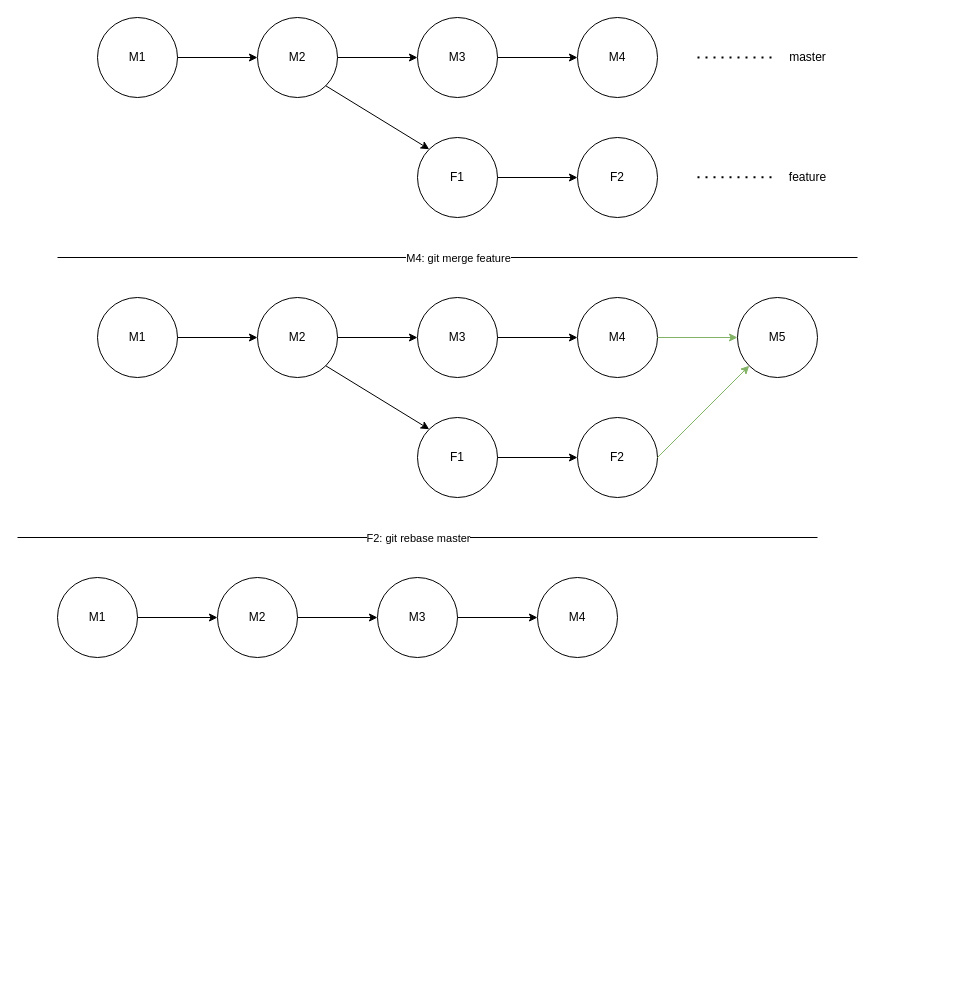
Earlier version of the draw.io diagram Computer Science/Academic/Git/AGT_01/pic/04_rebase.drawio (SwordofMorning/BlogDoc). Source tidied: cells renumbered, new cells numbered last; positions are measured from the earlier drawing's top-left corner, leaving out a move shared by most shapes. Both pictures are drawn from the tidied source at 100%, with x=0, y=0 at pixel (17, 17).
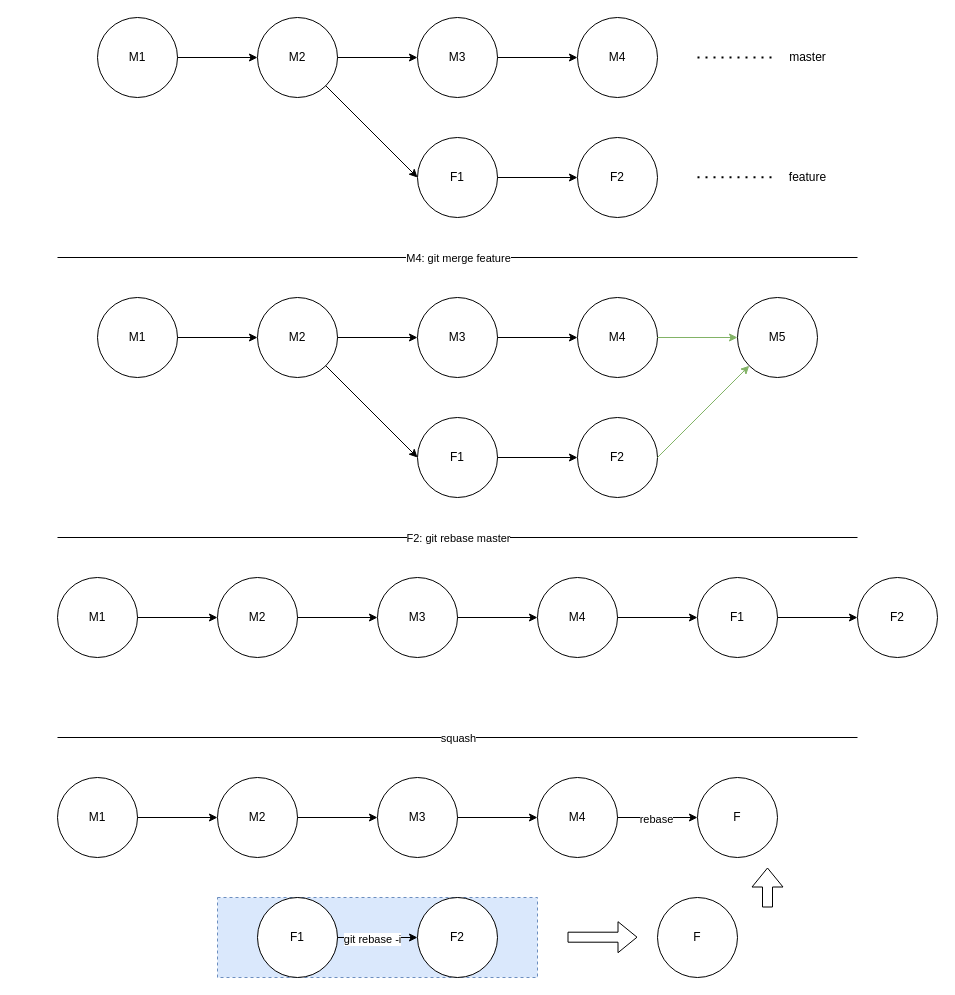
The same diagram, later.

Unchanged cells that the change refers to:
```xml
<mxCell id="3" value="M2" style="ellipse;whiteSpace=wrap;html=1;" parent="1" vertex="1">
  <mxGeometry x="240" width="80" height="80" as="geometry" />
</mxCell>
<mxCell id="6" value="F1" style="ellipse;whiteSpace=wrap;html=1;" parent="1" vertex="1">
  <mxGeometry x="400" y="120" width="80" height="80" as="geometry" />
</mxCell>
<mxCell id="20" value="M2" style="ellipse;whiteSpace=wrap;html=1;" parent="1" vertex="1">
  <mxGeometry x="240" y="280" width="80" height="80" as="geometry" />
</mxCell>
<mxCell id="23" value="F1" style="ellipse;whiteSpace=wrap;html=1;" parent="1" vertex="1">
  <mxGeometry x="400" y="400" width="80" height="80" as="geometry" />
</mxCell>
<mxCell id="38" value="M4" style="ellipse;whiteSpace=wrap;html=1;" parent="1" vertex="1">
  <mxGeometry x="520" y="560" width="80" height="80" as="geometry" />
</mxCell>
```

Change to the diagram source:
```diff
@@
+    <mxCell id="42" style="rounded=0;whiteSpace=wrap;html=1;dashed=1;fillColor=#dae8fc;strokeColor=#6c8ebf;" parent="1" vertex="1">
+      <mxGeometry x="200" y="880" width="320" height="80" as="geometry" />
+    </mxCell>
@@
-    <mxCell id="10" style="endArrow=classic;html=1;rounded=0;entryX=0;entryY=0;entryDx=0;entryDy=0;exitX=1;exitY=1;exitDx=0;exitDy=0;" parent="1" edge="1" source="3" target="6">
+    <mxCell id="10" style="endArrow=classic;html=1;rounded=0;entryX=0;entryY=0.5;entryDx=0;entryDy=0;exitX=1;exitY=1;exitDx=0;exitDy=0;" parent="1" edge="1" source="3" target="6">
       <mxGeometry relative="1" as="geometry" />
     </mxCell>
@@
-    <mxCell id="27" style="endArrow=classic;html=1;rounded=0;entryX=0;entryY=0;entryDx=0;entryDy=0;exitX=1;exitY=1;exitDx=0;exitDy=0;" parent="1" edge="1" source="20" target="23">
+    <mxCell id="27" style="endArrow=classic;html=1;rounded=0;entryX=0;entryY=0.5;entryDx=0;entryDy=0;exitX=1;exitY=1;exitDx=0;exitDy=0;" parent="1" edge="1" source="20" target="23">
       <mxGeometry relative="1" as="geometry" />
     </mxCell>
@@
     <mxCell id="33" style="endArrow=none;html=1;rounded=0;" parent="1" edge="1">
       <mxGeometry relative="1" as="geometry">
-        <mxPoint y="520" as="sourcePoint" />
-        <mxPoint x="800" y="520" as="targetPoint" />
+        <mxPoint x="40" y="520" as="sourcePoint" />
+        <mxPoint x="840" y="520" as="targetPoint" />
       </mxGeometry>
     </mxCell>
@@
+    <mxCell id="43" value="F1" style="ellipse;whiteSpace=wrap;html=1;" parent="1" vertex="1">
+      <mxGeometry x="680" y="560" width="80" height="80" as="geometry" />
+    </mxCell>
+    <mxCell id="44" value="F2" style="ellipse;whiteSpace=wrap;html=1;" parent="1" vertex="1">
+      <mxGeometry x="840" y="560" width="80" height="80" as="geometry" />
+    </mxCell>
+    <mxCell id="45" style="endArrow=classic;html=1;rounded=0;exitX=1;exitY=0.5;exitDx=0;exitDy=0;entryX=0;entryY=0.5;entryDx=0;entryDy=0;" parent="1" edge="1" source="43" target="44">
+      <mxGeometry relative="1" as="geometry" />
+    </mxCell>
+    <mxCell id="46" style="endArrow=classic;html=1;rounded=0;entryX=0;entryY=0.5;entryDx=0;entryDy=0;exitX=1;exitY=0.5;exitDx=0;exitDy=0;" parent="1" edge="1" source="38" target="43">
+      <mxGeometry relative="1" as="geometry" />
+    </mxCell>
+    <mxCell id="47" style="endArrow=none;html=1;rounded=0;" parent="1" edge="1">
+      <mxGeometry relative="1" as="geometry">
+        <mxPoint x="40" y="720" as="sourcePoint" />
+        <mxPoint x="840" y="720" as="targetPoint" />
+      </mxGeometry>
+    </mxCell>
+    <mxCell id="48" value="squash" style="edgeLabel;html=1;align=center;verticalAlign=middle;" parent="47" vertex="1">
+      <mxGeometry relative="1" as="geometry" />
+    </mxCell>
+    <mxCell id="49" value="M1" style="ellipse;whiteSpace=wrap;html=1;" parent="1" vertex="1">
+      <mxGeometry x="40" y="760" width="80" height="80" as="geometry" />
+    </mxCell>
+    <mxCell id="50" value="M2" style="ellipse;whiteSpace=wrap;html=1;" parent="1" vertex="1">
+      <mxGeometry x="200" y="760" width="80" height="80" as="geometry" />
+    </mxCell>
+    <mxCell id="51" value="M3" style="ellipse;whiteSpace=wrap;html=1;" parent="1" vertex="1">
+      <mxGeometry x="360" y="760" width="80" height="80" as="geometry" />
+    </mxCell>
+    <mxCell id="52" value="M4" style="ellipse;whiteSpace=wrap;html=1;" parent="1" vertex="1">
+      <mxGeometry x="520" y="760" width="80" height="80" as="geometry" />
+    </mxCell>
+    <mxCell id="53" value="F1" style="ellipse;whiteSpace=wrap;html=1;" parent="1" vertex="1">
+      <mxGeometry x="240" y="880" width="80" height="80" as="geometry" />
+    </mxCell>
+    <mxCell id="54" value="F2" style="ellipse;whiteSpace=wrap;html=1;" parent="1" vertex="1">
+      <mxGeometry x="400" y="880" width="80" height="80" as="geometry" />
+    </mxCell>
+    <mxCell id="55" style="endArrow=classic;html=1;rounded=0;exitX=1;exitY=0.5;exitDx=0;exitDy=0;entryX=0;entryY=0.5;entryDx=0;entryDy=0;" parent="1" edge="1" source="49" target="50">
+      <mxGeometry relative="1" as="geometry" />
+    </mxCell>
+    <mxCell id="56" style="endArrow=classic;html=1;rounded=0;exitX=1;exitY=0.5;exitDx=0;exitDy=0;entryX=0;entryY=0.5;entryDx=0;entryDy=0;" parent="1" edge="1" source="50" target="51">
+      <mxGeometry relative="1" as="geometry" />
+    </mxCell>
+    <mxCell id="57" style="endArrow=classic;html=1;rounded=0;entryX=0;entryY=0.5;entryDx=0;entryDy=0;exitX=1;exitY=0.5;exitDx=0;exitDy=0;" parent="1" edge="1" source="51" target="52">
+      <mxGeometry relative="1" as="geometry" />
+    </mxCell>
+    <mxCell id="58" style="endArrow=classic;html=1;rounded=0;exitX=1;exitY=0.5;exitDx=0;exitDy=0;entryX=0;entryY=0.5;entryDx=0;entryDy=0;" parent="1" edge="1" source="53" target="54">
+      <mxGeometry relative="1" as="geometry" />
+    </mxCell>
+    <mxCell id="59" value="git rebase -i" style="edgeLabel;html=1;align=center;verticalAlign=middle;" parent="58" vertex="1">
+      <mxGeometry x="-0.16" y="-1" relative="1" as="geometry" />
+    </mxCell>
+    <mxCell id="60" style="shape=flexArrow;endArrow=classic;html=1;rounded=0;" parent="1" edge="1">
+      <mxGeometry relative="1" as="geometry">
+        <mxPoint x="550" y="919.7" as="sourcePoint" />
+        <mxPoint x="620" y="919.7" as="targetPoint" />
+      </mxGeometry>
+    </mxCell>
+    <mxCell id="61" value="F" style="ellipse;whiteSpace=wrap;html=1;" parent="1" vertex="1">
+      <mxGeometry x="640" y="880" width="80" height="80" as="geometry" />
+    </mxCell>
+    <mxCell id="62" style="shape=flexArrow;endArrow=classic;html=1;rounded=0;" parent="1" edge="1">
+      <mxGeometry relative="1" as="geometry">
+        <mxPoint x="750" y="890" as="sourcePoint" />
+        <mxPoint x="750" y="850" as="targetPoint" />
+      </mxGeometry>
+    </mxCell>
+    <mxCell id="63" value="F" style="ellipse;whiteSpace=wrap;html=1;" parent="1" vertex="1">
+      <mxGeometry x="680" y="760" width="80" height="80" as="geometry" />
+    </mxCell>
+    <mxCell id="64" style="endArrow=classic;html=1;rounded=0;exitX=1;exitY=0.5;exitDx=0;exitDy=0;entryX=0;entryY=0.5;entryDx=0;entryDy=0;" parent="1" edge="1" source="52" target="63">
+      <mxGeometry relative="1" as="geometry" />
+    </mxCell>
+    <mxCell id="65" value="rebase" style="edgeLabel;html=1;align=center;verticalAlign=middle;" parent="64" vertex="1">
+      <mxGeometry x="-0.04" y="-1" relative="1" as="geometry" />
+    </mxCell>
```
